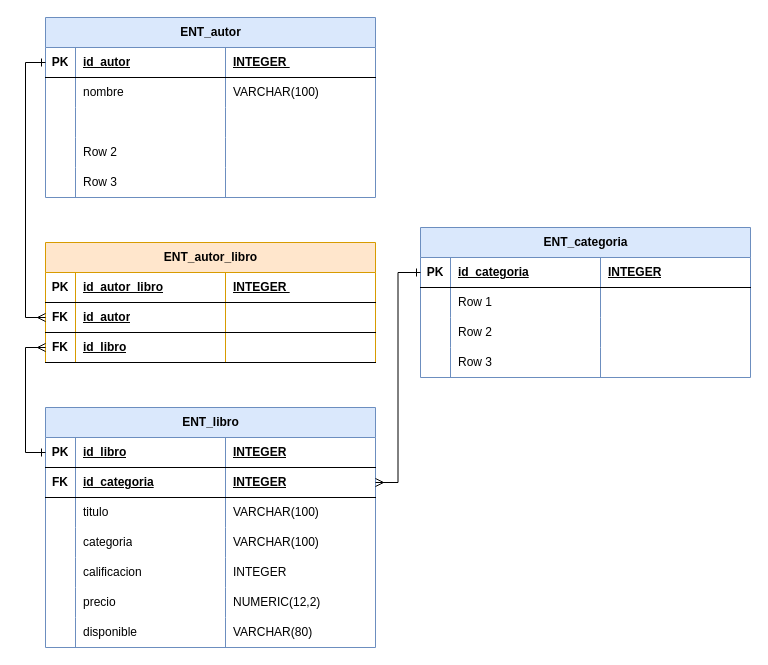
Before: diagramas/uml.drawio in HugoFrancoo/TheHuddle-ConsultaMortal, a draw.io diagram. Source tidied: cells renumbered, new cells numbered last; positions are measured from the earlier drawing's top-left corner, leaving out a move shared by most shapes. Both pictures are drawn from the tidied source at 100%, with x=0, y=0 at pixel (45, 17).
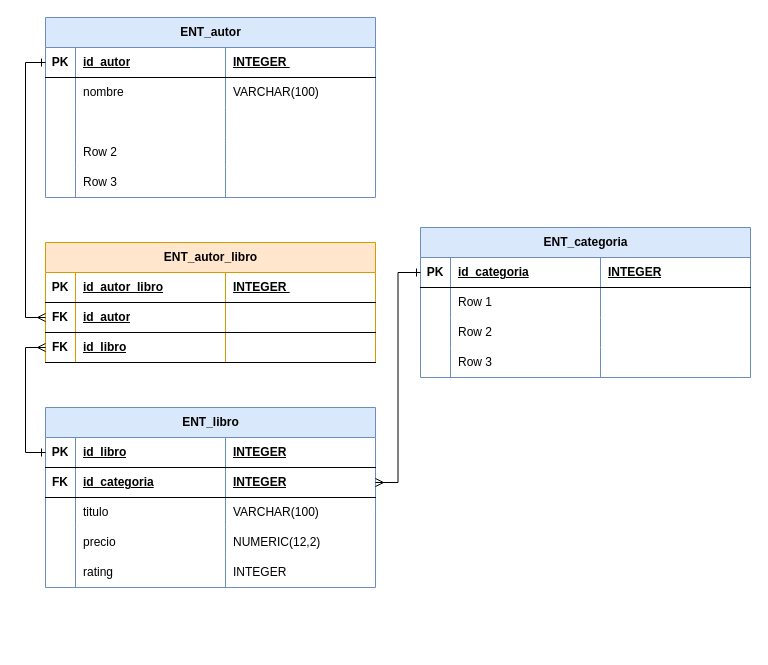
The same diagram, later.

Unchanged cells that the change refers to:
```xml
<mxCell id="36" style="shape=tableRow;horizontal=0;startSize=0;swimlaneHead=0;swimlaneBody=0;fillColor=none;top=0;left=0;right=0;bottom=0;" parent="23" vertex="1">
  <mxGeometry y="120" width="330" height="30" as="geometry" />
</mxCell>
<mxCell id="40" style="shape=tableRow;horizontal=0;startSize=0;swimlaneHead=0;swimlaneBody=0;fillColor=none;top=0;left=0;right=0;bottom=0;" parent="23" vertex="1">
  <mxGeometry y="150" width="330" height="30" as="geometry" />
</mxCell>
```

Diff of the diagram source:
```diff
@@
     <mxCell id="23" value="ENT_libro" style="shape=table;startSize=30;childLayout=tableLayout;rowLines=0;fontStyle=1;align=center;html=1;fillColor=#dae8fc;strokeColor=#6c8ebf;" parent="1" vertex="1">
-      <mxGeometry y="390" width="330" height="240" as="geometry" />
+      <mxGeometry y="390" width="330" height="180" as="geometry" />
     </mxCell>
@@
-    <mxCell id="38" value="categoria" style="shape=partialRectangle;fillColor=none;top=0;left=0;bottom=0;right=0;align=left;spacingLeft=6;overflow=hidden;whiteSpace=wrap;html=1;" parent="36" vertex="1">
+    <mxCell id="38" value="precio" style="shape=partialRectangle;fillColor=none;top=0;left=0;bottom=0;right=0;align=left;spacingLeft=6;overflow=hidden;whiteSpace=wrap;html=1;" parent="36" vertex="1">
       <mxGeometry x="30" width="150" height="30" as="geometry" />
     </mxCell>
-    <mxCell id="39" value="VARCHAR(100)" style="shape=partialRectangle;fillColor=none;top=0;left=0;bottom=0;right=0;align=left;spacingLeft=6;overflow=hidden;whiteSpace=wrap;html=1;" parent="36" vertex="1">
+    <mxCell id="39" value="&lt;span style=&quot;color: rgb(0, 0, 0);&quot;&gt;NUMERIC(12,2)&lt;/span&gt;" style="shape=partialRectangle;fillColor=none;top=0;left=0;bottom=0;right=0;align=left;spacingLeft=6;overflow=hidden;whiteSpace=wrap;html=1;" parent="36" vertex="1">
       <mxGeometry x="180" width="150" height="30" as="geometry" />
     </mxCell>
@@
-    <mxCell id="42" value="calificacion" style="shape=partialRectangle;fillColor=none;top=0;left=0;bottom=0;right=0;align=left;spacingLeft=6;overflow=hidden;whiteSpace=wrap;html=1;" parent="40" vertex="1">
+    <mxCell id="42" value="rating" style="shape=partialRectangle;fillColor=none;top=0;left=0;bottom=0;right=0;align=left;spacingLeft=6;overflow=hidden;whiteSpace=wrap;html=1;" parent="40" vertex="1">
       <mxGeometry x="30" width="150" height="30" as="geometry" />
     </mxCell>
@@
-    <mxCell id="44" style="shape=tableRow;horizontal=0;startSize=0;swimlaneHead=0;swimlaneBody=0;fillColor=none;top=0;left=0;right=0;bottom=0;" parent="23" vertex="1">
-      <mxGeometry y="180" width="330" height="30" as="geometry" />
-    </mxCell>
-    <mxCell id="45" style="shape=partialRectangle;fillColor=none;top=0;left=0;bottom=0;right=0;overflow=hidden;whiteSpace=wrap;html=1;" parent="44" vertex="1">
-      <mxGeometry width="30" height="30" as="geometry" />
-    </mxCell>
-    <mxCell id="46" value="precio" style="shape=partialRectangle;fillColor=none;top=0;left=0;bottom=0;right=0;align=left;spacingLeft=6;overflow=hidden;whiteSpace=wrap;html=1;" parent="44" vertex="1">
-      <mxGeometry x="30" width="150" height="30" as="geometry" />
-    </mxCell>
-    <mxCell id="47" value="NUMERIC(12,2)" style="shape=partialRectangle;fillColor=none;top=0;left=0;bottom=0;right=0;align=left;spacingLeft=6;overflow=hidden;whiteSpace=wrap;html=1;" parent="44" vertex="1">
-      <mxGeometry x="180" width="150" height="30" as="geometry" />
-    </mxCell>
-    <mxCell id="48" style="shape=tableRow;horizontal=0;startSize=0;swimlaneHead=0;swimlaneBody=0;fillColor=none;top=0;left=0;right=0;bottom=0;" parent="23" vertex="1">
-      <mxGeometry y="210" width="330" height="30" as="geometry" />
-    </mxCell>
-    <mxCell id="49" style="shape=partialRectangle;fillColor=none;top=0;left=0;bottom=0;right=0;overflow=hidden;whiteSpace=wrap;html=1;" parent="48" vertex="1">
-      <mxGeometry width="30" height="30" as="geometry" />
-    </mxCell>
-    <mxCell id="50" value="disponible" style="shape=partialRectangle;fillColor=none;top=0;left=0;bottom=0;right=0;align=left;spacingLeft=6;overflow=hidden;whiteSpace=wrap;html=1;" parent="48" vertex="1">
-      <mxGeometry x="30" width="150" height="30" as="geometry" />
-    </mxCell>
-    <mxCell id="51" value="VARCHAR(80)" style="shape=partialRectangle;fillColor=none;top=0;left=0;bottom=0;right=0;align=left;spacingLeft=6;overflow=hidden;whiteSpace=wrap;html=1;" parent="48" vertex="1">
-      <mxGeometry x="180" width="150" height="30" as="geometry" />
-    </mxCell>
```
